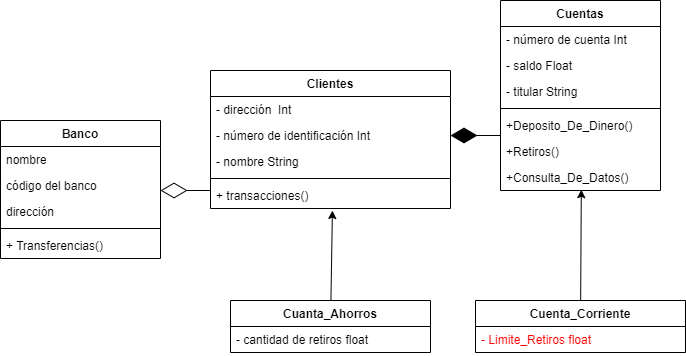
This is taller3.drawio.png from DiazMan27/Modelado_Diagram, a draw.io export, as it was before one commit. Source tidied: cells renumbered, new cells last; positions are measured from the earlier drawing's top-left corner, leaving out a move shared by most shapes.
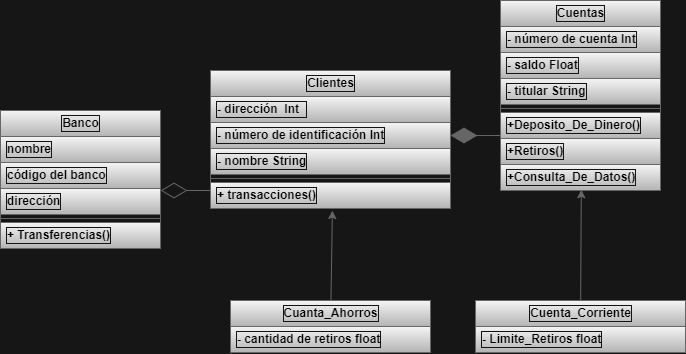
The same diagram one commit later.

Change to the diagram source:
```diff
@@ -1,92 +1,92 @@
-<mxGraphModel>
+<mxGraphModel background="#171616" shadow="1">
   <root>
     <mxCell id="0" />
     <mxCell id="1" parent="0" />
-    <mxCell id="2" value="Banco" style="swimlane;fontStyle=1;align=center;verticalAlign=top;horizontal=1;startSize=26;" parent="1" vertex="1">
-      <mxGeometry y="120" width="160" height="138" as="geometry" />
+    <mxCell id="2" value="Banco" style="swimlane;fontStyle=1;align=center;verticalAlign=middle;horizontal=1;startSize=26;labelBackgroundColor=none;labelBorderColor=#161313;html=1;rounded=0;fillColor=#f5f5f5;strokeColor=#666666;gradientColor=#b3b3b3;fontColor=#000000;" parent="1" vertex="1">
+      <mxGeometry y="110" width="160" height="138" as="geometry" />
     </mxCell>
-    <mxCell id="3" value="nombre" style="text;strokeColor=none;fillColor=none;align=left;verticalAlign=top;spacingLeft=4;spacingRight=4;overflow=hidden;" parent="2" vertex="1">
+    <mxCell id="3" value="nombre" style="text;align=left;verticalAlign=middle;spacingLeft=4;spacingRight=4;overflow=hidden;fontStyle=1;labelBackgroundColor=none;labelBorderColor=#161313;html=1;rounded=0;fillColor=#f5f5f5;strokeColor=#666666;gradientColor=#b3b3b3;fontColor=#000000;" parent="2" vertex="1">
       <mxGeometry y="26" width="160" height="26" as="geometry" />
     </mxCell>
-    <mxCell id="4" value="código del banco" style="text;strokeColor=none;fillColor=none;align=left;verticalAlign=top;spacingLeft=4;spacingRight=4;overflow=hidden;" parent="2" vertex="1">
+    <mxCell id="4" value="código del banco" style="text;align=left;verticalAlign=middle;spacingLeft=4;spacingRight=4;overflow=hidden;fontStyle=1;labelBackgroundColor=none;labelBorderColor=#161313;html=1;rounded=0;fillColor=#f5f5f5;strokeColor=#666666;gradientColor=#b3b3b3;fontColor=#000000;" parent="2" vertex="1">
       <mxGeometry y="52" width="160" height="26" as="geometry" />
     </mxCell>
-    <mxCell id="5" value="dirección" style="text;strokeColor=none;fillColor=none;align=left;verticalAlign=top;spacingLeft=4;spacingRight=4;overflow=hidden;" parent="2" vertex="1">
+    <mxCell id="5" value="dirección" style="text;align=left;verticalAlign=middle;spacingLeft=4;spacingRight=4;overflow=hidden;fontStyle=1;labelBackgroundColor=none;labelBorderColor=#161313;html=1;rounded=0;fillColor=#f5f5f5;strokeColor=#666666;gradientColor=#b3b3b3;fontColor=#000000;" parent="2" vertex="1">
       <mxGeometry y="78" width="160" height="26" as="geometry" />
     </mxCell>
-    <mxCell id="6" style="line;strokeWidth=1;fillColor=none;align=left;verticalAlign=middle;spacingTop=-1;spacingLeft=3;spacingRight=3;labelPosition=right;strokeColor=inherit;" parent="2" vertex="1">
+    <mxCell id="6" style="line;strokeWidth=1;align=left;verticalAlign=middle;spacingTop=-1;spacingLeft=3;spacingRight=3;labelPosition=right;fontStyle=1;labelBackgroundColor=none;labelBorderColor=#161313;html=1;rounded=0;fillColor=#f5f5f5;strokeColor=#666666;gradientColor=#b3b3b3;fontColor=#000000;" parent="2" vertex="1">
       <mxGeometry y="104" width="160" height="8" as="geometry" />
     </mxCell>
-    <mxCell id="7" value="+ Transferencias()" style="text;strokeColor=none;fillColor=none;align=left;verticalAlign=top;spacingLeft=4;spacingRight=4;overflow=hidden;" parent="2" vertex="1">
+    <mxCell id="7" value="+ Transferencias()" style="text;align=left;verticalAlign=middle;spacingLeft=4;spacingRight=4;overflow=hidden;fontStyle=1;labelBackgroundColor=none;labelBorderColor=#161313;html=1;rounded=0;fillColor=#f5f5f5;strokeColor=#666666;gradientColor=#b3b3b3;fontColor=#000000;" parent="2" vertex="1">
       <mxGeometry y="112" width="160" height="26" as="geometry" />
     </mxCell>
-    <mxCell id="8" value="Cuentas" style="swimlane;fontStyle=1;align=center;verticalAlign=top;horizontal=1;startSize=26;" parent="1" vertex="1">
+    <mxCell id="8" value="Cuentas" style="swimlane;fontStyle=1;align=center;verticalAlign=middle;horizontal=1;startSize=26;labelBackgroundColor=none;labelBorderColor=#161313;html=1;rounded=0;fillColor=#f5f5f5;strokeColor=#666666;gradientColor=#b3b3b3;fontColor=#000000;" parent="1" vertex="1">
       <mxGeometry x="500" width="160" height="190" as="geometry" />
     </mxCell>
-    <mxCell id="9" value="- número de cuenta Int" style="text;strokeColor=none;fillColor=none;align=left;verticalAlign=top;spacingLeft=4;spacingRight=4;overflow=hidden;" parent="8" vertex="1">
+    <mxCell id="9" value="- número de cuenta Int" style="text;align=left;verticalAlign=middle;spacingLeft=4;spacingRight=4;overflow=hidden;fontStyle=1;labelBackgroundColor=none;labelBorderColor=#161313;html=1;rounded=0;fillColor=#f5f5f5;strokeColor=#666666;gradientColor=#b3b3b3;fontColor=#000000;" parent="8" vertex="1">
       <mxGeometry y="26" width="160" height="26" as="geometry" />
     </mxCell>
-    <mxCell id="10" value="- saldo Float" style="text;strokeColor=none;fillColor=none;align=left;verticalAlign=top;spacingLeft=4;spacingRight=4;overflow=hidden;" parent="8" vertex="1">
+    <mxCell id="10" value="- saldo Float" style="text;align=left;verticalAlign=middle;spacingLeft=4;spacingRight=4;overflow=hidden;fontStyle=1;labelBackgroundColor=none;labelBorderColor=#161313;html=1;rounded=0;fillColor=#f5f5f5;strokeColor=#666666;gradientColor=#b3b3b3;fontColor=#000000;" parent="8" vertex="1">
       <mxGeometry y="52" width="160" height="26" as="geometry" />
     </mxCell>
-    <mxCell id="11" value="- titular String" style="text;strokeColor=none;fillColor=none;align=left;verticalAlign=top;spacingLeft=4;spacingRight=4;overflow=hidden;" parent="8" vertex="1">
+    <mxCell id="11" value="- titular String" style="text;align=left;verticalAlign=middle;spacingLeft=4;spacingRight=4;overflow=hidden;fontStyle=1;labelBackgroundColor=none;labelBorderColor=#161313;html=1;rounded=0;fillColor=#f5f5f5;strokeColor=#666666;gradientColor=#b3b3b3;fontColor=#000000;" parent="8" vertex="1">
       <mxGeometry y="78" width="160" height="26" as="geometry" />
     </mxCell>
-    <mxCell id="12" style="line;strokeWidth=1;fillColor=none;align=left;verticalAlign=middle;spacingTop=-1;spacingLeft=3;spacingRight=3;labelPosition=right;strokeColor=inherit;" parent="8" vertex="1">
+    <mxCell id="12" style="line;strokeWidth=1;align=left;verticalAlign=middle;spacingTop=-1;spacingLeft=3;spacingRight=3;labelPosition=right;fontStyle=1;labelBackgroundColor=none;labelBorderColor=#161313;html=1;rounded=0;fillColor=#f5f5f5;strokeColor=#666666;gradientColor=#b3b3b3;fontColor=#000000;" parent="8" vertex="1">
       <mxGeometry y="104" width="160" height="8" as="geometry" />
     </mxCell>
-    <mxCell id="13" value="+Deposito_De_Dinero()" style="text;strokeColor=none;fillColor=none;align=left;verticalAlign=top;spacingLeft=4;spacingRight=4;overflow=hidden;points=[[0,0.5],[1,0.5]];portConstraint=eastwest;" parent="8" vertex="1">
+    <mxCell id="13" value="+Deposito_De_Dinero()" style="text;align=left;verticalAlign=middle;spacingLeft=4;spacingRight=4;overflow=hidden;points=[[0,0.5],[1,0.5]];portConstraint=eastwest;fontStyle=1;labelBackgroundColor=none;labelBorderColor=#161313;html=1;rounded=0;fillColor=#f5f5f5;strokeColor=#666666;gradientColor=#b3b3b3;fontColor=#000000;" parent="8" vertex="1">
       <mxGeometry y="112" width="160" height="26" as="geometry" />
     </mxCell>
-    <mxCell id="14" value="+Retiros()" style="text;strokeColor=none;fillColor=none;align=left;verticalAlign=top;spacingLeft=4;spacingRight=4;overflow=hidden;" parent="8" vertex="1">
+    <mxCell id="14" value="+Retiros()" style="text;align=left;verticalAlign=middle;spacingLeft=4;spacingRight=4;overflow=hidden;fontStyle=1;labelBackgroundColor=none;labelBorderColor=#161313;html=1;rounded=0;fillColor=#f5f5f5;strokeColor=#666666;gradientColor=#b3b3b3;fontColor=#000000;" parent="8" vertex="1">
       <mxGeometry y="138" width="160" height="26" as="geometry" />
     </mxCell>
-    <mxCell id="15" value="+Consulta_De_Datos()" style="text;strokeColor=none;fillColor=none;align=left;verticalAlign=top;spacingLeft=4;spacingRight=4;overflow=hidden;points=[[0,0.5],[1,0.5]];portConstraint=eastwest;" parent="8" vertex="1">
+    <mxCell id="15" value="+Consulta_De_Datos()" style="text;align=left;verticalAlign=middle;spacingLeft=4;spacingRight=4;overflow=hidden;points=[[0,0.5],[1,0.5]];portConstraint=eastwest;fontStyle=1;labelBackgroundColor=none;labelBorderColor=#161313;html=1;rounded=0;fillColor=#f5f5f5;strokeColor=#666666;gradientColor=#b3b3b3;fontColor=#000000;" parent="8" vertex="1">
       <mxGeometry y="164" width="160" height="26" as="geometry" />
     </mxCell>
-    <mxCell id="16" value="Clientes" style="swimlane;fontStyle=1;align=center;verticalAlign=top;horizontal=1;startSize=26;" parent="1" vertex="1">
+    <mxCell id="16" value="Clientes" style="swimlane;fontStyle=1;align=center;verticalAlign=middle;horizontal=1;startSize=26;labelBackgroundColor=none;labelBorderColor=#161313;html=1;rounded=0;fillColor=#f5f5f5;strokeColor=#666666;gradientColor=#b3b3b3;fontColor=#000000;" parent="1" vertex="1">
       <mxGeometry x="210" y="70" width="240" height="138" as="geometry" />
     </mxCell>
-    <mxCell id="17" value="- dirección  Int  " style="text;strokeColor=none;fillColor=none;align=left;verticalAlign=top;spacingLeft=4;spacingRight=4;overflow=hidden;" parent="16" vertex="1">
+    <mxCell id="17" value="- dirección&amp;nbsp; Int&amp;nbsp;&amp;nbsp;" style="text;align=left;verticalAlign=middle;spacingLeft=4;spacingRight=4;overflow=hidden;fontStyle=1;labelBackgroundColor=none;labelBorderColor=#161313;html=1;rounded=0;fillColor=#f5f5f5;strokeColor=#666666;gradientColor=#b3b3b3;fontColor=#000000;" parent="16" vertex="1">
       <mxGeometry y="26" width="240" height="26" as="geometry" />
     </mxCell>
-    <mxCell id="18" value="- número de identificación Int" style="text;strokeColor=none;fillColor=none;align=left;verticalAlign=top;spacingLeft=4;spacingRight=4;overflow=hidden;points=[[0,0.5],[1,0.5]];portConstraint=eastwest;" parent="16" vertex="1">
+    <mxCell id="18" value="- número de identificación Int" style="text;align=left;verticalAlign=middle;spacingLeft=4;spacingRight=4;overflow=hidden;points=[[0,0.5],[1,0.5]];portConstraint=eastwest;fontStyle=1;labelBackgroundColor=none;labelBorderColor=#161313;html=1;rounded=0;fillColor=#f5f5f5;strokeColor=#666666;gradientColor=#b3b3b3;fontColor=#000000;" parent="16" vertex="1">
       <mxGeometry y="52" width="240" height="26" as="geometry" />
     </mxCell>
-    <mxCell id="19" value="- nombre String" style="text;strokeColor=none;fillColor=none;align=left;verticalAlign=top;spacingLeft=4;spacingRight=4;overflow=hidden;" parent="16" vertex="1">
+    <mxCell id="19" value="- nombre String" style="text;align=left;verticalAlign=middle;spacingLeft=4;spacingRight=4;overflow=hidden;fontStyle=1;labelBackgroundColor=none;labelBorderColor=#161313;html=1;rounded=0;fillColor=#f5f5f5;strokeColor=#666666;gradientColor=#b3b3b3;fontColor=#000000;" parent="16" vertex="1">
       <mxGeometry y="78" width="240" height="26" as="geometry" />
     </mxCell>
-    <mxCell id="20" style="line;strokeWidth=1;fillColor=none;align=left;verticalAlign=middle;spacingTop=-1;spacingLeft=3;spacingRight=3;labelPosition=right;strokeColor=inherit;" parent="16" vertex="1">
+    <mxCell id="20" style="line;strokeWidth=1;align=left;verticalAlign=middle;spacingTop=-1;spacingLeft=3;spacingRight=3;labelPosition=right;fontStyle=1;labelBackgroundColor=none;labelBorderColor=#161313;html=1;rounded=0;fillColor=#f5f5f5;strokeColor=#666666;gradientColor=#b3b3b3;fontColor=#000000;" parent="16" vertex="1">
       <mxGeometry y="104" width="240" height="8" as="geometry" />
     </mxCell>
-    <mxCell id="21" value="+ transacciones()" style="text;strokeColor=none;fillColor=none;align=left;verticalAlign=top;spacingLeft=4;spacingRight=4;overflow=hidden;points=[[0,0.5],[1,0.5]];portConstraint=eastwest;" parent="16" vertex="1">
+    <mxCell id="21" value="+ transacciones()" style="text;align=left;verticalAlign=middle;spacingLeft=4;spacingRight=4;overflow=hidden;points=[[0,0.5],[1,0.5]];portConstraint=eastwest;fontStyle=1;labelBackgroundColor=none;labelBorderColor=#161313;html=1;rounded=0;fillColor=#f5f5f5;strokeColor=#666666;gradientColor=#b3b3b3;fontColor=#000000;" parent="16" vertex="1">
       <mxGeometry y="112" width="240" height="26" as="geometry" />
     </mxCell>
-    <mxCell id="22" style="edgeStyle=none;html=1;entryX=0.508;entryY=1.077;entryDx=0;entryDy=0;entryPerimeter=0;" parent="1" edge="1" source="23" target="21">
+    <mxCell id="22" style="edgeStyle=none;entryX=0.508;entryY=1.077;entryDx=0;entryDy=0;entryPerimeter=0;fontColor=#000000;fontStyle=1;verticalAlign=middle;labelBackgroundColor=none;labelBorderColor=#161313;html=1;fillColor=#f5f5f5;strokeColor=#666666;gradientColor=#b3b3b3;rounded=0;" parent="1" edge="1" source="23" target="21">
       <mxGeometry relative="1" as="geometry" />
     </mxCell>
-    <mxCell id="23" value="Cuanta_Ahorros" style="swimlane;fontStyle=1;align=center;verticalAlign=top;horizontal=1;startSize=26;" parent="1" vertex="1">
+    <mxCell id="23" value="Cuanta_Ahorros" style="swimlane;fontStyle=1;align=center;verticalAlign=middle;horizontal=1;startSize=26;labelBackgroundColor=none;labelBorderColor=#161313;html=1;rounded=0;fillColor=#f5f5f5;strokeColor=#666666;gradientColor=#b3b3b3;fontColor=#000000;" parent="1" vertex="1">
       <mxGeometry x="230" y="300" width="200" height="52" as="geometry" />
     </mxCell>
-    <mxCell id="24" value="- cantidad de retiros float" style="text;strokeColor=none;fillColor=none;align=left;verticalAlign=top;spacingLeft=4;spacingRight=4;overflow=hidden;" parent="23" vertex="1">
+    <mxCell id="24" value="- cantidad de retiros float" style="text;align=left;verticalAlign=middle;spacingLeft=4;spacingRight=4;overflow=hidden;fontStyle=1;labelBackgroundColor=none;labelBorderColor=#161313;html=1;rounded=0;fillColor=#f5f5f5;strokeColor=#666666;gradientColor=#b3b3b3;fontColor=#000000;" parent="23" vertex="1">
       <mxGeometry y="26" width="200" height="26" as="geometry" />
     </mxCell>
-    <mxCell id="25" style="edgeStyle=none;html=1;entryX=0.505;entryY=0.969;entryDx=0;entryDy=0;entryPerimeter=0;" parent="1" edge="1" source="26" target="15">
+    <mxCell id="25" style="edgeStyle=none;entryX=0.505;entryY=0.969;entryDx=0;entryDy=0;entryPerimeter=0;fontColor=#000000;fontStyle=1;verticalAlign=middle;labelBackgroundColor=none;labelBorderColor=#161313;html=1;fillColor=#f5f5f5;strokeColor=#666666;gradientColor=#b3b3b3;rounded=0;" parent="1" edge="1" source="26" target="15">
       <mxGeometry relative="1" as="geometry" />
     </mxCell>
-    <mxCell id="26" value="Cuenta_Corriente" style="swimlane;fontStyle=1;align=center;verticalAlign=top;horizontal=1;startSize=26;" parent="1" vertex="1">
+    <mxCell id="26" value="Cuenta_Corriente" style="swimlane;fontStyle=1;align=center;verticalAlign=middle;horizontal=1;startSize=26;labelBackgroundColor=none;labelBorderColor=#161313;html=1;rounded=0;fillColor=#f5f5f5;strokeColor=#666666;gradientColor=#b3b3b3;fontColor=#000000;" parent="1" vertex="1">
       <mxGeometry x="475" y="300" width="210" height="52" as="geometry" />
     </mxCell>
-    <mxCell id="27" value="- Limite_Retiros float" style="text;strokeColor=none;fillColor=none;align=left;verticalAlign=top;spacingLeft=4;spacingRight=4;overflow=hidden;fontColor=#FF0000;" parent="26" vertex="1">
+    <mxCell id="27" value="- Limite_Retiros float" style="text;align=left;verticalAlign=middle;spacingLeft=4;spacingRight=4;overflow=hidden;fontStyle=1;labelBackgroundColor=none;labelBorderColor=#161313;html=1;rounded=0;fillColor=#f5f5f5;strokeColor=#666666;gradientColor=#b3b3b3;fontColor=#000000;" parent="26" vertex="1">
       <mxGeometry y="26" width="210" height="26" as="geometry" />
     </mxCell>
-    <mxCell id="28" style="endArrow=diamondThin;endFill=0;endSize=24;html=1;" parent="1" edge="1">
+    <mxCell id="28" style="endArrow=diamondThin;endFill=0;endSize=24;fontColor=#000000;fontStyle=1;verticalAlign=middle;labelBackgroundColor=none;labelBorderColor=#161313;html=1;fillColor=#f5f5f5;strokeColor=#666666;gradientColor=#b3b3b3;rounded=0;" parent="1" edge="1">
       <mxGeometry relative="1" as="geometry">
         <mxPoint x="210" y="190" as="sourcePoint" />
         <mxPoint x="160" y="190" as="targetPoint" />
       </mxGeometry>
     </mxCell>
-    <mxCell id="29" style="endArrow=diamondThin;endFill=1;endSize=24;html=1;entryX=1;entryY=0.5;entryDx=0;entryDy=0;exitX=0;exitY=0.885;exitDx=0;exitDy=0;exitPerimeter=0;" parent="1" edge="1" source="13" target="18">
+    <mxCell id="29" style="endArrow=diamondThin;endFill=1;endSize=24;entryX=1;entryY=0.5;entryDx=0;entryDy=0;exitX=0;exitY=0.885;exitDx=0;exitDy=0;exitPerimeter=0;fontColor=#000000;fontStyle=1;verticalAlign=middle;labelBackgroundColor=none;labelBorderColor=#161313;html=1;fillColor=#f5f5f5;strokeColor=#666666;gradientColor=#b3b3b3;rounded=0;" parent="1" edge="1" source="13" target="18">
       <mxGeometry relative="1" as="geometry" />
     </mxCell>
   </root>
```
